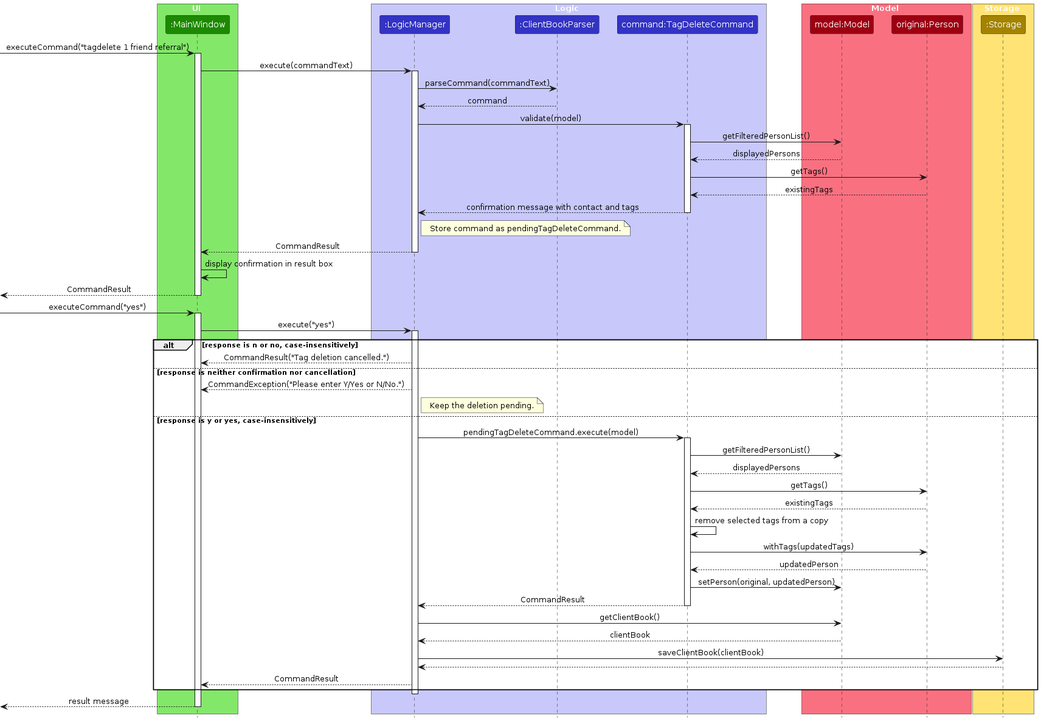
AY2627S1-CS2103T-F14a-4/tp keeps this PlantUML diagram as diagrams/TagDeleteSequenceDiagram.png. Above is the earlier version. Its source is kept beside it as diagrams/TagDeleteSequenceDiagram.puml. Source of this version:
```plantuml
@startuml
!include style.puml
skinparam ArrowFontStyle plain

box UI UI_COLOR_T1
participant ":MainWindow" as Ui UI_COLOR
end box

box Logic LOGIC_COLOR_T1
participant ":LogicManager" as Logic LOGIC_COLOR
participant ":ClientBookParser" as Parser LOGIC_COLOR
participant "command:TagDeleteCommand" as Command LOGIC_COLOR
end box

box Model MODEL_COLOR_T1
participant "model:Model" as Model MODEL_COLOR
participant "original:Person" as Person MODEL_COLOR
end box

box Storage STORAGE_COLOR_T1
participant ":Storage" as Storage STORAGE_COLOR
end box

[-> Ui : executeCommand("tagdelete 1 friend referral")
activate Ui
Ui -> Logic : execute(commandText)
activate Logic
Logic -> Parser : parseCommand(commandText)
Parser --> Logic : command
Logic -> Command : validate(model)
activate Command
Command -> Model : getFilteredPersonList()
Model --> Command : displayedPersons
Command -> Person : getTags()
Person --> Command : existingTags
Command --> Logic : confirmation message with contact and tags
deactivate Command
note right of Logic : Store command as pendingTagDeleteCommand.
Logic --> Ui : CommandResult
deactivate Logic
Ui -> Ui : display confirmation in result box
[<-- Ui : CommandResult
deactivate Ui

[-> Ui : executeCommand("yes")
activate Ui
Ui -> Logic : execute("yes")
activate Logic

alt response is n or no, case-insensitively
    Logic --> Ui : CommandResult("Tag deletion cancelled.")
else response is neither confirmation nor cancellation
    Logic --> Ui : CommandException("Please enter Y/Yes or N/No.")
    note right of Logic : Keep the deletion pending.
else response is y or yes, case-insensitively
    Logic -> Command : pendingTagDeleteCommand.execute(model)
    activate Command
    Command -> Model : getFilteredPersonList()
    Model --> Command : displayedPersons
    Command -> Person : getTags()
    Person --> Command : existingTags
    Command -> Command : remove selected tags from a copy
    Command -> Person : withTags(updatedTags)
    Person --> Command : updatedPerson
    Command -> Model : setPerson(original, updatedPerson)
    Command --> Logic : CommandResult
    deactivate Command
    Logic -> Model : getClientBook()
    Model --> Logic : clientBook
    Logic -> Storage : saveClientBook(clientBook)
    Storage --> Logic
    Logic --> Ui : CommandResult
end
deactivate Logic
[<-- Ui : result message
deactivate Ui
@enduml
```
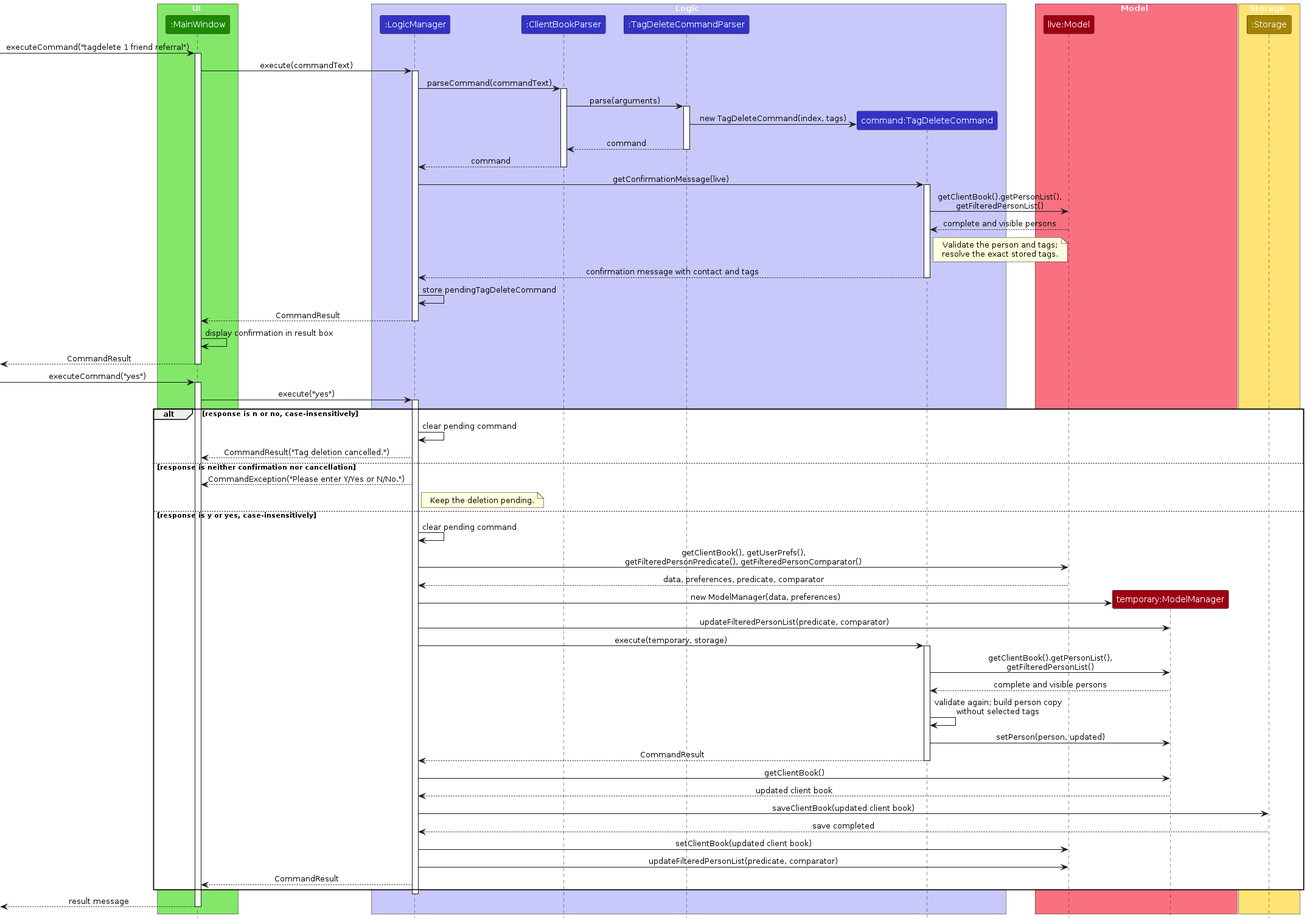
After the change.

What changed in the source:
```diff
@@ -9,12 +9,13 @@
 box Logic LOGIC_COLOR_T1
 participant ":LogicManager" as Logic LOGIC_COLOR
 participant ":ClientBookParser" as Parser LOGIC_COLOR
+participant ":TagDeleteCommandParser" as TagDeleteParser LOGIC_COLOR
 participant "command:TagDeleteCommand" as Command LOGIC_COLOR
 end box
 
 box Model MODEL_COLOR_T1
-participant "model:Model" as Model MODEL_COLOR
-participant "original:Person" as Person MODEL_COLOR
+participant "live:Model" as Live MODEL_COLOR
+participant "temporary:ModelManager" as Temp MODEL_COLOR
 end box
 
 box Storage STORAGE_COLOR_T1
@@ -26,16 +27,23 @@
 Ui -> Logic : execute(commandText)
 activate Logic
 Logic -> Parser : parseCommand(commandText)
+activate Parser
+Parser -> TagDeleteParser : parse(arguments)
+activate TagDeleteParser
+create Command
+TagDeleteParser -> Command : new TagDeleteCommand(index, tags)
+TagDeleteParser --> Parser : command
+deactivate TagDeleteParser
 Parser --> Logic : command
-Logic -> Command : validate(model)
+deactivate Parser
+Logic -> Command : getConfirmationMessage(live)
 activate Command
-Command -> Model : getFilteredPersonList()
-Model --> Command : displayedPersons
-Command -> Person : getTags()
-Person --> Command : existingTags
+Command -> Live : getClientBook().getPersonList(),\ngetFilteredPersonList()
+Live --> Command : complete and visible persons
+note right of Command : Validate the person and tags;\nresolve the exact stored tags.
 Command --> Logic : confirmation message with contact and tags
 deactivate Command
-note right of Logic : Store command as pendingTagDeleteCommand.
+Logic -> Logic : store pendingTagDeleteCommand
 Logic --> Ui : CommandResult
 deactivate Logic
 Ui -> Ui : display confirmation in result box
@@ -48,27 +56,32 @@
 activate Logic
 
 alt response is n or no, case-insensitively
+    Logic -> Logic : clear pending command
     Logic --> Ui : CommandResult("Tag deletion cancelled.")
 else response is neither confirmation nor cancellation
     Logic --> Ui : CommandException("Please enter Y/Yes or N/No.")
     note right of Logic : Keep the deletion pending.
 else response is y or yes, case-insensitively
-    Logic -> Command : pendingTagDeleteCommand.execute(model)
+    Logic -> Logic : clear pending command
+    Logic -> Live : getClientBook(), getUserPrefs(),\ngetFilteredPersonPredicate(), getFilteredPersonComparator()
+    Live --> Logic : data, preferences, predicate, comparator
+    create Temp
+    Logic -> Temp : new ModelManager(data, preferences)
+    Logic -> Temp : updateFilteredPersonList(predicate, comparator)
+    Logic -> Command : execute(temporary, storage)
     activate Command
-    Command -> Model : getFilteredPersonList()
-    Model --> Command : displayedPersons
-    Command -> Person : getTags()
-    Person --> Command : existingTags
-    Command -> Command : remove selected tags from a copy
-    Command -> Person : withTags(updatedTags)
-    Person --> Command : updatedPerson
-    Command -> Model : setPerson(original, updatedPerson)
+    Command -> Temp : getClientBook().getPersonList(),\ngetFilteredPersonList()
+    Temp --> Command : complete and visible persons
+    Command -> Command : validate again; build person copy\nwithout selected tags
+    Command -> Temp : setPerson(person, updated)
     Command --> Logic : CommandResult
     deactivate Command
-    Logic -> Model : getClientBook()
-    Model --> Logic : clientBook
-    Logic -> Storage : saveClientBook(clientBook)
-    Storage --> Logic
+    Logic -> Temp : getClientBook()
+    Temp --> Logic : updated client book
+    Logic -> Storage : saveClientBook(updated client book)
+    Storage --> Logic : save completed
+    Logic -> Live : setClientBook(updated client book)
+    Logic -> Live : updateFilteredPersonList(predicate, comparator)
     Logic --> Ui : CommandResult
 end
 deactivate Logic
```
